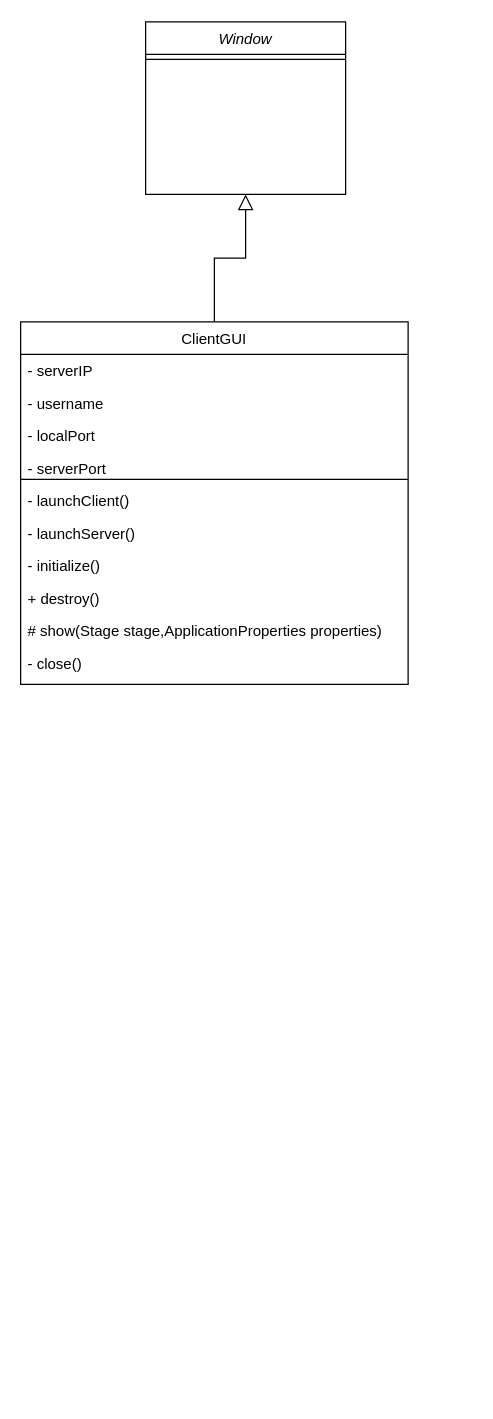
Above: Untitled Diagram.drawio in Zeale/SCP (draw.io), before the change. Source tidied: cells renumbered, new cells numbered last; positions are measured from the earlier drawing's top-left corner, leaving out a move shared by most shapes. Both pictures are drawn from the tidied source at 125%, with x=0, y=0 at pixel (20, 21).
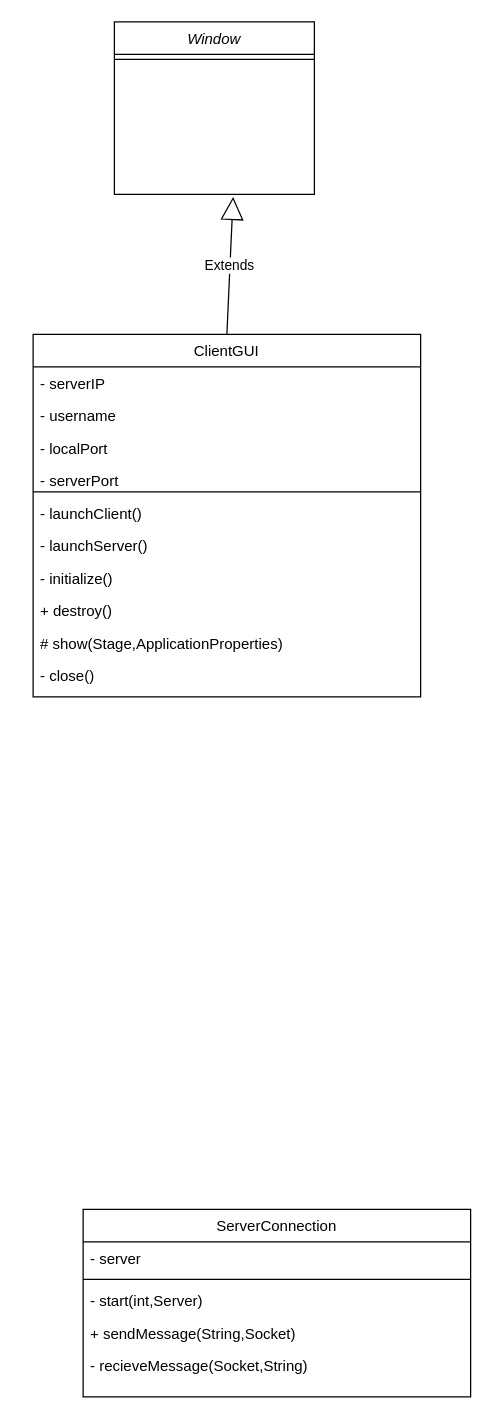
The same page after the edit.

What changed in the source:
```diff
@@
     <mxCell id="2" value="Window" style="swimlane;fontStyle=2;align=center;verticalAlign=top;horizontal=1;startSize=26;rounded=0;shadow=0;strokeWidth=1;" parent="1" vertex="1">
-      <mxGeometry x="100" width="160" height="138" as="geometry" />
+      <mxGeometry x="75" width="160" height="138" as="geometry" />
     </mxCell>
@@
-    <mxCell id="4" value="ClientGUI" style="swimlane;fontStyle=0;align=center;verticalAlign=top;horizontal=1;startSize=26;rounded=0;shadow=0;strokeWidth=1;" parent="1" vertex="1">
-      <mxGeometry y="240" width="310" height="290" as="geometry" />
+    <mxCell id="4" value="ServerConnection" style="swimlane;fontStyle=0;align=center;verticalAlign=top;horizontal=1;startSize=26;rounded=0;shadow=0;strokeWidth=1;" parent="1" vertex="1">
+      <mxGeometry x="50" y="950" width="310" height="150" as="geometry" />
     </mxCell>
-    <mxCell id="5" value="- serverIP" style="text;align=left;verticalAlign=top;spacingLeft=4;spacingRight=4;overflow=hidden;" parent="4" vertex="1">
+    <mxCell id="5" value="- server" style="text;align=left;verticalAlign=top;spacingLeft=4;spacingRight=4;overflow=hidden;" parent="4" vertex="1">
       <mxGeometry y="26" width="310" height="26" as="geometry" />
     </mxCell>
+    <mxCell id="9" style="line;html=1;strokeWidth=1;align=left;verticalAlign=middle;spacingTop=-1;spacingLeft=3;spacingRight=3;labelPosition=right;" parent="4" vertex="1">
+      <mxGeometry y="52" width="310" height="8" as="geometry" />
+    </mxCell>
+    <mxCell id="10" value="- start(int,Server)" style="text;align=left;verticalAlign=top;spacingLeft=4;spacingRight=4;overflow=hidden;" parent="4" vertex="1">
+      <mxGeometry y="60" width="310" height="26" as="geometry" />
+    </mxCell>
+    <mxCell id="11" value="+ sendMessage(String,Socket)" style="text;align=left;verticalAlign=top;spacingLeft=4;spacingRight=4;overflow=hidden;" parent="4" vertex="1">
+      <mxGeometry y="86" width="310" height="26" as="geometry" />
+    </mxCell>
+    <mxCell id="13" value="- recieveMessage(Socket,String)" style="text;align=left;verticalAlign=top;spacingLeft=4;spacingRight=4;overflow=hidden;" parent="4" vertex="1">
+      <mxGeometry y="112" width="310" height="26" as="geometry" />
+    </mxCell>
+    <mxCell id="17" value="ClientGUI" style="swimlane;fontStyle=0;align=center;verticalAlign=top;horizontal=1;startSize=26;rounded=0;shadow=0;strokeWidth=1;" parent="1" vertex="1">
+      <mxGeometry x="10" y="250" width="310" height="290" as="geometry" />
+    </mxCell>
+    <mxCell id="18" value="- serverIP" style="text;align=left;verticalAlign=top;spacingLeft=4;spacingRight=4;overflow=hidden;" parent="17" vertex="1">
+      <mxGeometry y="26" width="310" height="26" as="geometry" />
+    </mxCell>
-    <mxCell id="6" value="- username" style="text;align=left;verticalAlign=top;spacingLeft=4;spacingRight=4;overflow=hidden;" parent="4" vertex="1">
+    <mxCell id="6" value="- username" style="text;align=left;verticalAlign=top;spacingLeft=4;spacingRight=4;overflow=hidden;" parent="17" vertex="1">
       <mxGeometry y="52" width="310" height="26" as="geometry" />
     </mxCell>
-    <mxCell id="7" value="- localPort" style="text;align=left;verticalAlign=top;spacingLeft=4;spacingRight=4;overflow=hidden;" parent="4" vertex="1">
+    <mxCell id="7" value="- localPort" style="text;align=left;verticalAlign=top;spacingLeft=4;spacingRight=4;overflow=hidden;" parent="17" vertex="1">
       <mxGeometry y="78" width="310" height="26" as="geometry" />
     </mxCell>
-    <mxCell id="8" value="- serverPort&#10;" style="text;align=left;verticalAlign=top;spacingLeft=4;spacingRight=4;overflow=hidden;rounded=0;shadow=0;html=0;" parent="4" vertex="1">
+    <mxCell id="8" value="- serverPort&#10;" style="text;align=left;verticalAlign=top;spacingLeft=4;spacingRight=4;overflow=hidden;rounded=0;shadow=0;html=0;" parent="17" vertex="1">
       <mxGeometry y="104" width="310" height="18" as="geometry" />
     </mxCell>
-    <mxCell id="9" style="line;html=1;strokeWidth=1;align=left;verticalAlign=middle;spacingTop=-1;spacingLeft=3;spacingRight=3;labelPosition=right;" parent="4" vertex="1">
-      <mxGeometry y="122" width="310" height="8" as="geometry" />
-    </mxCell>
-    <mxCell id="10" value="- launchClient()" style="text;align=left;verticalAlign=top;spacingLeft=4;spacingRight=4;overflow=hidden;" parent="4" vertex="1">
-      <mxGeometry y="130" width="310" height="26" as="geometry" />
-    </mxCell>
-    <mxCell id="11" value="- launchServer()" style="text;align=left;verticalAlign=top;spacingLeft=4;spacingRight=4;overflow=hidden;" parent="4" vertex="1">
-      <mxGeometry y="156" width="310" height="26" as="geometry" />
-    </mxCell>
+    <mxCell id="19" style="line;html=1;strokeWidth=1;align=left;verticalAlign=middle;spacingTop=-1;spacingLeft=3;spacingRight=3;labelPosition=right;" parent="17" vertex="1">
+      <mxGeometry y="122" width="310" height="8" as="geometry" />
+    </mxCell>
+    <mxCell id="20" value="- launchClient()" style="text;align=left;verticalAlign=top;spacingLeft=4;spacingRight=4;overflow=hidden;" parent="17" vertex="1">
+      <mxGeometry y="130" width="310" height="26" as="geometry" />
+    </mxCell>
+    <mxCell id="21" value="- launchServer()" style="text;align=left;verticalAlign=top;spacingLeft=4;spacingRight=4;overflow=hidden;" parent="17" vertex="1">
+      <mxGeometry y="156" width="310" height="26" as="geometry" />
+    </mxCell>
-    <mxCell id="12" value="- initialize()" style="text;align=left;verticalAlign=top;spacingLeft=4;spacingRight=4;overflow=hidden;" parent="4" vertex="1">
+    <mxCell id="12" value="- initialize()" style="text;align=left;verticalAlign=top;spacingLeft=4;spacingRight=4;overflow=hidden;" parent="17" vertex="1">
       <mxGeometry y="182" width="310" height="26" as="geometry" />
     </mxCell>
-    <mxCell id="13" value="+ destroy()" style="text;align=left;verticalAlign=top;spacingLeft=4;spacingRight=4;overflow=hidden;" parent="4" vertex="1">
-      <mxGeometry y="208" width="310" height="26" as="geometry" />
-    </mxCell>
-    <mxCell id="14" value="# show(Stage stage,ApplicationProperties properties)" style="text;align=left;verticalAlign=top;spacingLeft=4;spacingRight=4;overflow=hidden;" parent="4" vertex="1">
-      <mxGeometry y="234" width="310" height="26" as="geometry" />
-    </mxCell>
+    <mxCell id="22" value="+ destroy()" style="text;align=left;verticalAlign=top;spacingLeft=4;spacingRight=4;overflow=hidden;" parent="17" vertex="1">
+      <mxGeometry y="208" width="310" height="26" as="geometry" />
+    </mxCell>
+    <mxCell id="23" value="# show(Stage,ApplicationProperties)" style="text;align=left;verticalAlign=top;spacingLeft=4;spacingRight=4;overflow=hidden;" parent="17" vertex="1">
+      <mxGeometry y="234" width="310" height="26" as="geometry" />
+    </mxCell>
-    <mxCell id="15" value="- close()" style="text;align=left;verticalAlign=top;spacingLeft=4;spacingRight=4;overflow=hidden;" parent="4" vertex="1">
+    <mxCell id="15" value="- close()" style="text;align=left;verticalAlign=top;spacingLeft=4;spacingRight=4;overflow=hidden;" parent="17" vertex="1">
       <mxGeometry y="260" width="310" height="26" as="geometry" />
     </mxCell>
-    <mxCell id="16" style="endArrow=block;endSize=10;endFill=0;shadow=0;strokeWidth=1;rounded=0;edgeStyle=elbowEdgeStyle;elbow=vertical;" parent="1" edge="1" source="4" target="2">
-      <mxGeometry relative="1" as="geometry" />
-    </mxCell>
+    <mxCell id="24" value="Extends" style="endArrow=block;endSize=16;endFill=0;html=1;exitX=0.5;exitY=0;exitDx=0;exitDy=0;" parent="1" edge="1" source="17">
+      <mxGeometry relative="1" as="geometry">
+        <mxPoint x="170" y="140" as="targetPoint" />
+      </mxGeometry>
+    </mxCell>
```
